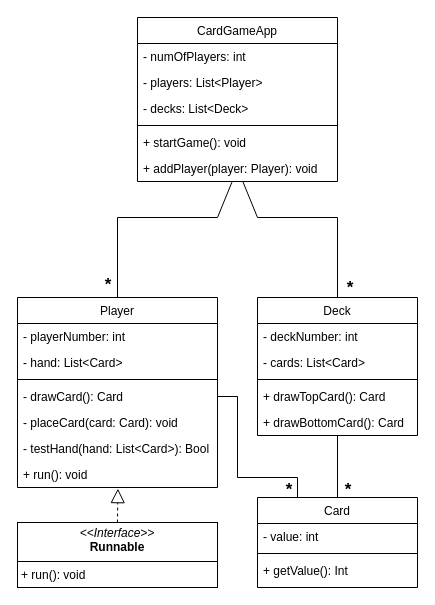
This is UML Diagram.drawio from W3r5l3y/ECM2414-Card-Game, a draw.io file, before an edit. Source tidied: cells renumbered, new cells numbered last; positions are measured from the earlier drawing's top-left corner, leaving out a move shared by most shapes. Both pictures are drawn from the tidied source at 100%, with x=0, y=0 at pixel (17, 17).
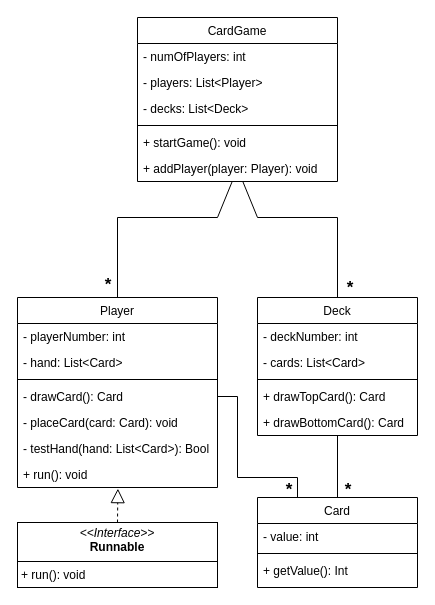
The same page after the edit.

Commit message:
Refactor CardGame UML design

Diff of the diagram source:
```diff
@@
-    <mxCell id="2" value="CardGameApp" style="swimlane;fontStyle=0;align=center;verticalAlign=top;horizontal=1;startSize=26;rounded=0;shadow=0;strokeWidth=1;" parent="1" vertex="1">
+    <mxCell id="2" value="CardGame" style="swimlane;fontStyle=0;align=center;verticalAlign=top;horizontal=1;startSize=26;rounded=0;shadow=0;strokeWidth=1;" parent="1" vertex="1">
       <mxGeometry x="120" width="200" height="164" as="geometry" />
     </mxCell>
```
